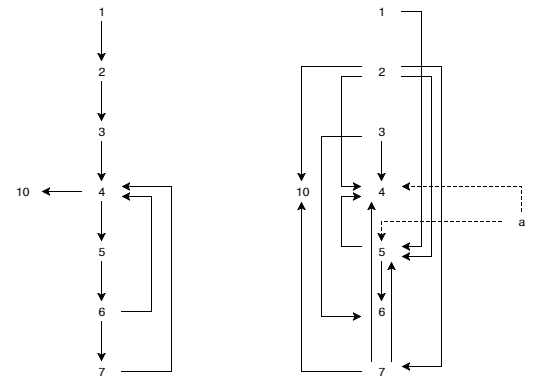
The draw.io diagram doc/cc/Ex4_2.png in wouwouwou/module_8, before a commit. Source tidied: cells renumbered, new cells last; positions are measured from the earlier drawing's top-left corner, leaving out a move shared by most shapes. Source of this version:
```xml
<mxGraphModel background="#ffffff">
  <root>
    <mxCell id="0" />
    <mxCell id="1" parent="0" />
    <mxCell id="2" style="group;" parent="1" vertex="1">
      <mxGeometry width="170" height="380" as="geometry" />
    </mxCell>
    <mxCell id="3" value="1" style="text;html=1;strokeColor=none;fillColor=none;align=center;verticalAlign=middle;whiteSpace=wrap;overflow=hidden;" parent="2" vertex="1">
      <mxGeometry x="80" width="40" height="20" as="geometry" />
    </mxCell>
    <mxCell id="4" value="2" style="text;html=1;strokeColor=none;fillColor=none;align=center;verticalAlign=middle;whiteSpace=wrap;overflow=hidden;" parent="2" vertex="1">
      <mxGeometry x="80" y="60" width="40" height="20" as="geometry" />
    </mxCell>
    <mxCell id="5" style="edgeStyle=none;rounded=0;html=1;jettySize=auto;" parent="2" edge="1" source="3" target="4">
      <mxGeometry relative="1" as="geometry" />
    </mxCell>
    <mxCell id="6" value="3" style="text;html=1;strokeColor=none;fillColor=none;align=center;verticalAlign=middle;whiteSpace=wrap;overflow=hidden;" parent="2" vertex="1">
      <mxGeometry x="80" y="120" width="40" height="20" as="geometry" />
    </mxCell>
    <mxCell id="7" style="edgeStyle=none;rounded=0;html=1;jettySize=auto;" parent="2" edge="1" source="4" target="6">
      <mxGeometry relative="1" as="geometry" />
    </mxCell>
    <mxCell id="8" value="4" style="text;html=1;strokeColor=none;fillColor=none;align=center;verticalAlign=middle;whiteSpace=wrap;overflow=hidden;" parent="2" vertex="1">
      <mxGeometry x="80" y="180" width="40" height="20" as="geometry" />
    </mxCell>
    <mxCell id="9" style="edgeStyle=none;rounded=0;html=1;jettySize=auto;" parent="2" edge="1" source="6" target="8">
      <mxGeometry relative="1" as="geometry" />
    </mxCell>
    <mxCell id="10" value="10" style="text;html=1;strokeColor=none;fillColor=none;align=center;verticalAlign=middle;whiteSpace=wrap;overflow=hidden;" parent="2" vertex="1">
      <mxGeometry y="180" width="40" height="20" as="geometry" />
    </mxCell>
    <mxCell id="11" style="edgeStyle=none;rounded=0;html=1;jettySize=auto;" parent="2" edge="1" source="8" target="10">
      <mxGeometry relative="1" as="geometry" />
    </mxCell>
    <mxCell id="12" value="5" style="text;html=1;strokeColor=none;fillColor=none;align=center;verticalAlign=middle;whiteSpace=wrap;overflow=hidden;" parent="2" vertex="1">
      <mxGeometry x="80" y="240" width="40" height="20" as="geometry" />
    </mxCell>
    <mxCell id="13" style="edgeStyle=none;rounded=0;html=1;jettySize=auto;" parent="2" edge="1" source="8" target="12">
      <mxGeometry relative="1" as="geometry" />
    </mxCell>
    <mxCell id="14" style="edgeStyle=orthogonalEdgeStyle;rounded=0;html=1;exitX=1;exitY=0.5;entryX=1;entryY=0.75;jettySize=auto;" parent="2" edge="1" source="15" target="8">
      <mxGeometry relative="1" as="geometry">
        <Array as="points">
          <mxPoint x="150" y="310" />
          <mxPoint x="150" y="195" />
        </Array>
      </mxGeometry>
    </mxCell>
    <mxCell id="15" value="6" style="text;html=1;strokeColor=none;fillColor=none;align=center;verticalAlign=middle;whiteSpace=wrap;overflow=hidden;" parent="2" vertex="1">
      <mxGeometry x="80" y="300" width="40" height="20" as="geometry" />
    </mxCell>
    <mxCell id="16" style="edgeStyle=none;rounded=0;html=1;jettySize=auto;" parent="2" edge="1" source="12" target="15">
      <mxGeometry relative="1" as="geometry" />
    </mxCell>
    <mxCell id="17" style="edgeStyle=orthogonalEdgeStyle;rounded=0;html=1;exitX=1;exitY=0.5;entryX=1;entryY=0.25;jettySize=auto;" parent="2" edge="1" source="18" target="8">
      <mxGeometry relative="1" as="geometry">
        <Array as="points">
          <mxPoint x="170" y="370" />
          <mxPoint x="170" y="185" />
        </Array>
      </mxGeometry>
    </mxCell>
    <mxCell id="18" value="7" style="text;html=1;strokeColor=none;fillColor=none;align=center;verticalAlign=middle;whiteSpace=wrap;overflow=hidden;" parent="2" vertex="1">
      <mxGeometry x="80" y="360" width="40" height="20" as="geometry" />
    </mxCell>
    <mxCell id="19" style="edgeStyle=none;rounded=0;html=1;jettySize=auto;" parent="2" edge="1" source="15" target="18">
      <mxGeometry relative="1" as="geometry" />
    </mxCell>
    <mxCell id="20" style="edgeStyle=orthogonalEdgeStyle;rounded=0;html=1;exitX=1;exitY=0.5;entryX=1;entryY=0.25;jettySize=auto;" parent="1" edge="1" source="21" target="34">
      <mxGeometry relative="1" as="geometry">
        <Array as="points">
          <mxPoint x="420" y="10" />
          <mxPoint x="420" y="245" />
        </Array>
      </mxGeometry>
    </mxCell>
    <mxCell id="21" value="1" style="text;html=1;strokeColor=none;fillColor=none;align=center;verticalAlign=middle;whiteSpace=wrap;overflow=hidden;" parent="1" vertex="1">
      <mxGeometry x="360" width="40" height="20" as="geometry" />
    </mxCell>
    <mxCell id="22" style="edgeStyle=orthogonalEdgeStyle;rounded=0;html=1;exitX=0;exitY=0.75;entryX=0;entryY=0.25;jettySize=auto;" parent="1" edge="1" source="26" target="30">
      <mxGeometry relative="1" as="geometry">
        <Array as="points">
          <mxPoint x="340" y="75" />
          <mxPoint x="340" y="185" />
        </Array>
      </mxGeometry>
    </mxCell>
    <mxCell id="23" style="edgeStyle=orthogonalEdgeStyle;rounded=0;html=1;exitX=1;exitY=0.75;entryX=1;entryY=0.75;jettySize=auto;" parent="1" edge="1" source="26" target="34">
      <mxGeometry relative="1" as="geometry">
        <Array as="points">
          <mxPoint x="430" y="75" />
          <mxPoint x="430" y="255" />
        </Array>
      </mxGeometry>
    </mxCell>
    <mxCell id="24" style="edgeStyle=orthogonalEdgeStyle;rounded=0;html=1;exitX=0;exitY=0.25;entryX=0.5;entryY=0;jettySize=auto;" parent="1" edge="1" source="26" target="31">
      <mxGeometry relative="1" as="geometry" />
    </mxCell>
    <mxCell id="25" style="edgeStyle=orthogonalEdgeStyle;rounded=0;html=1;exitX=1;exitY=0.25;entryX=1;entryY=0.25;jettySize=auto;" parent="1" edge="1" source="26" target="42">
      <mxGeometry relative="1" as="geometry">
        <Array as="points">
          <mxPoint x="440" y="65" />
          <mxPoint x="440" y="365" />
        </Array>
      </mxGeometry>
    </mxCell>
    <mxCell id="26" value="2" style="text;html=1;strokeColor=none;fillColor=none;align=center;verticalAlign=middle;whiteSpace=wrap;overflow=hidden;" parent="1" vertex="1">
      <mxGeometry x="360" y="60" width="40" height="20" as="geometry" />
    </mxCell>
    <mxCell id="27" style="edgeStyle=orthogonalEdgeStyle;rounded=0;html=1;exitX=0.5;exitY=1;entryX=0.5;entryY=0;jettySize=auto;" parent="1" edge="1" source="29" target="30">
      <mxGeometry relative="1" as="geometry" />
    </mxCell>
    <mxCell id="28" style="edgeStyle=orthogonalEdgeStyle;rounded=0;html=1;exitX=0;exitY=0.75;entryX=0;entryY=0.75;jettySize=auto;" parent="1" edge="1" source="29" target="38">
      <mxGeometry relative="1" as="geometry">
        <Array as="points">
          <mxPoint x="320" y="135" />
          <mxPoint x="320" y="315" />
        </Array>
      </mxGeometry>
    </mxCell>
    <mxCell id="29" value="3" style="text;html=1;strokeColor=none;fillColor=none;align=center;verticalAlign=middle;whiteSpace=wrap;overflow=hidden;" parent="1" vertex="1">
      <mxGeometry x="360" y="120" width="40" height="20" as="geometry" />
    </mxCell>
    <mxCell id="30" value="4" style="text;html=1;strokeColor=none;fillColor=none;align=center;verticalAlign=middle;whiteSpace=wrap;overflow=hidden;" parent="1" vertex="1">
      <mxGeometry x="360" y="180" width="40" height="20" as="geometry" />
    </mxCell>
    <mxCell id="31" value="10" style="text;html=1;strokeColor=none;fillColor=none;align=center;verticalAlign=middle;whiteSpace=wrap;overflow=hidden;" parent="1" vertex="1">
      <mxGeometry x="280" y="180" width="40" height="20" as="geometry" />
    </mxCell>
    <mxCell id="32" style="edgeStyle=orthogonalEdgeStyle;rounded=0;html=1;exitX=0;exitY=0.25;entryX=0;entryY=0.75;jettySize=auto;" parent="1" edge="1" source="34" target="30">
      <mxGeometry relative="1" as="geometry" />
    </mxCell>
    <mxCell id="33" style="edgeStyle=orthogonalEdgeStyle;rounded=0;html=1;exitX=0.5;exitY=1;entryX=0.5;entryY=0;jettySize=auto;" parent="1" edge="1" source="34" target="38">
      <mxGeometry relative="1" as="geometry" />
    </mxCell>
    <mxCell id="34" value="5" style="text;html=1;strokeColor=none;fillColor=none;align=center;verticalAlign=middle;whiteSpace=wrap;overflow=hidden;" parent="1" vertex="1">
      <mxGeometry x="360" y="240" width="40" height="20" as="geometry" />
    </mxCell>
    <mxCell id="35" style="edgeStyle=orthogonalEdgeStyle;rounded=0;html=1;exitX=0.5;exitY=0;entryX=1;entryY=0.25;jettySize=auto;dashed=1;" parent="1" edge="1" source="37" target="30">
      <mxGeometry relative="1" as="geometry">
        <Array as="points">
          <mxPoint x="520" y="185" />
        </Array>
      </mxGeometry>
    </mxCell>
    <mxCell id="36" style="edgeStyle=orthogonalEdgeStyle;rounded=0;html=1;exitX=0;exitY=0.5;entryX=0.5;entryY=0;dashed=1;jettySize=auto;" parent="1" edge="1" source="37" target="34">
      <mxGeometry relative="1" as="geometry" />
    </mxCell>
    <mxCell id="37" value="a" style="text;html=1;strokeColor=none;fillColor=none;align=center;verticalAlign=middle;whiteSpace=wrap;overflow=hidden;" parent="1" vertex="1">
      <mxGeometry x="500" y="210" width="40" height="20" as="geometry" />
    </mxCell>
    <mxCell id="38" value="6" style="text;html=1;strokeColor=none;fillColor=none;align=center;verticalAlign=middle;whiteSpace=wrap;overflow=hidden;" parent="1" vertex="1">
      <mxGeometry x="360" y="300" width="40" height="20" as="geometry" />
    </mxCell>
    <mxCell id="39" style="edgeStyle=orthogonalEdgeStyle;rounded=0;html=1;exitX=0;exitY=0.5;entryX=0.5;entryY=1;jettySize=auto;" parent="1" edge="1" source="42" target="31">
      <mxGeometry relative="1" as="geometry">
        <Array as="points">
          <mxPoint x="300" y="370" />
        </Array>
      </mxGeometry>
    </mxCell>
    <mxCell id="40" style="edgeStyle=orthogonalEdgeStyle;rounded=0;html=1;exitX=0.75;exitY=0;entryX=0.75;entryY=1;jettySize=auto;" parent="1" edge="1" source="42" target="34">
      <mxGeometry relative="1" as="geometry" />
    </mxCell>
    <mxCell id="41" style="edgeStyle=orthogonalEdgeStyle;rounded=0;html=1;exitX=0.25;exitY=0;entryX=0.25;entryY=1;jettySize=auto;" parent="1" edge="1" source="42" target="30">
      <mxGeometry relative="1" as="geometry" />
    </mxCell>
    <mxCell id="42" value="7" style="text;html=1;strokeColor=none;fillColor=none;align=center;verticalAlign=middle;whiteSpace=wrap;overflow=hidden;" parent="1" vertex="1">
      <mxGeometry x="360" y="360" width="40" height="20" as="geometry" />
    </mxCell>
  </root>
</mxGraphModel>
```
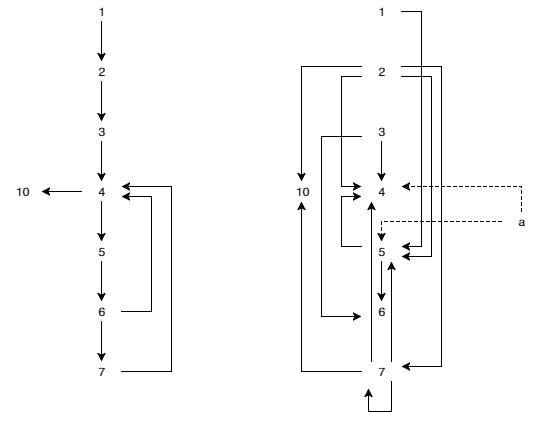
After the change.

Diff of the diagram source:
```diff
@@ -168,5 +168,13 @@
     <mxCell id="42" value="7" style="text;html=1;strokeColor=none;fillColor=none;align=center;verticalAlign=middle;whiteSpace=wrap;overflow=hidden;" parent="1" vertex="1">
       <mxGeometry x="360" y="360" width="40" height="20" as="geometry" />
     </mxCell>
+    <mxCell id="43" style="edgeStyle=orthogonalEdgeStyle;rounded=0;html=1;exitX=0.75;exitY=1;entryX=0.175;entryY=1.35;entryPerimeter=0;jettySize=auto;orthogonalLoop=1;" parent="1" edge="1" source="42" target="42">
+      <mxGeometry relative="1" as="geometry">
+        <Array as="points">
+          <mxPoint x="390" y="410" />
+          <mxPoint x="367" y="410" />
+        </Array>
+      </mxGeometry>
+    </mxCell>
   </root>
 </mxGraphModel>
```
